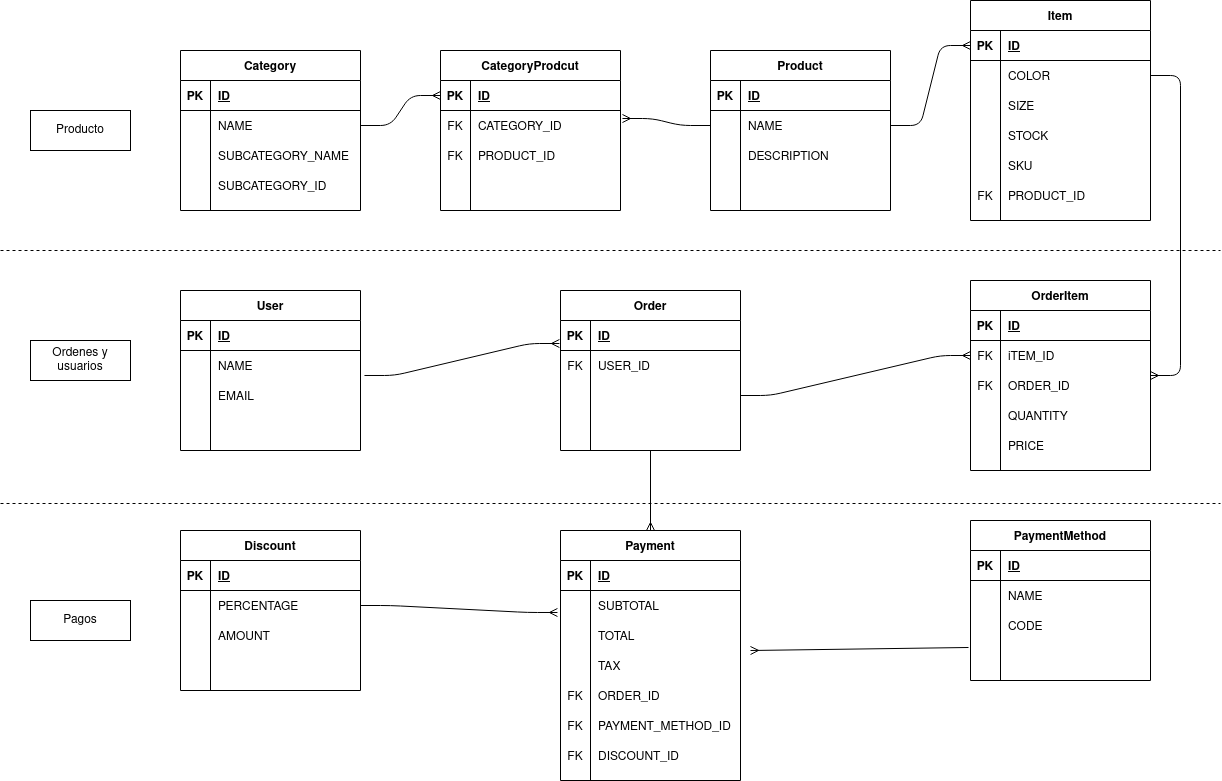
Before: ecommerce.png, a diagram exported from draw.io (gilibethvega/e-comerce). Source tidied: cells renumbered, new cells last; positions are measured from the earlier drawing's top-left corner, leaving out a move shared by most shapes.
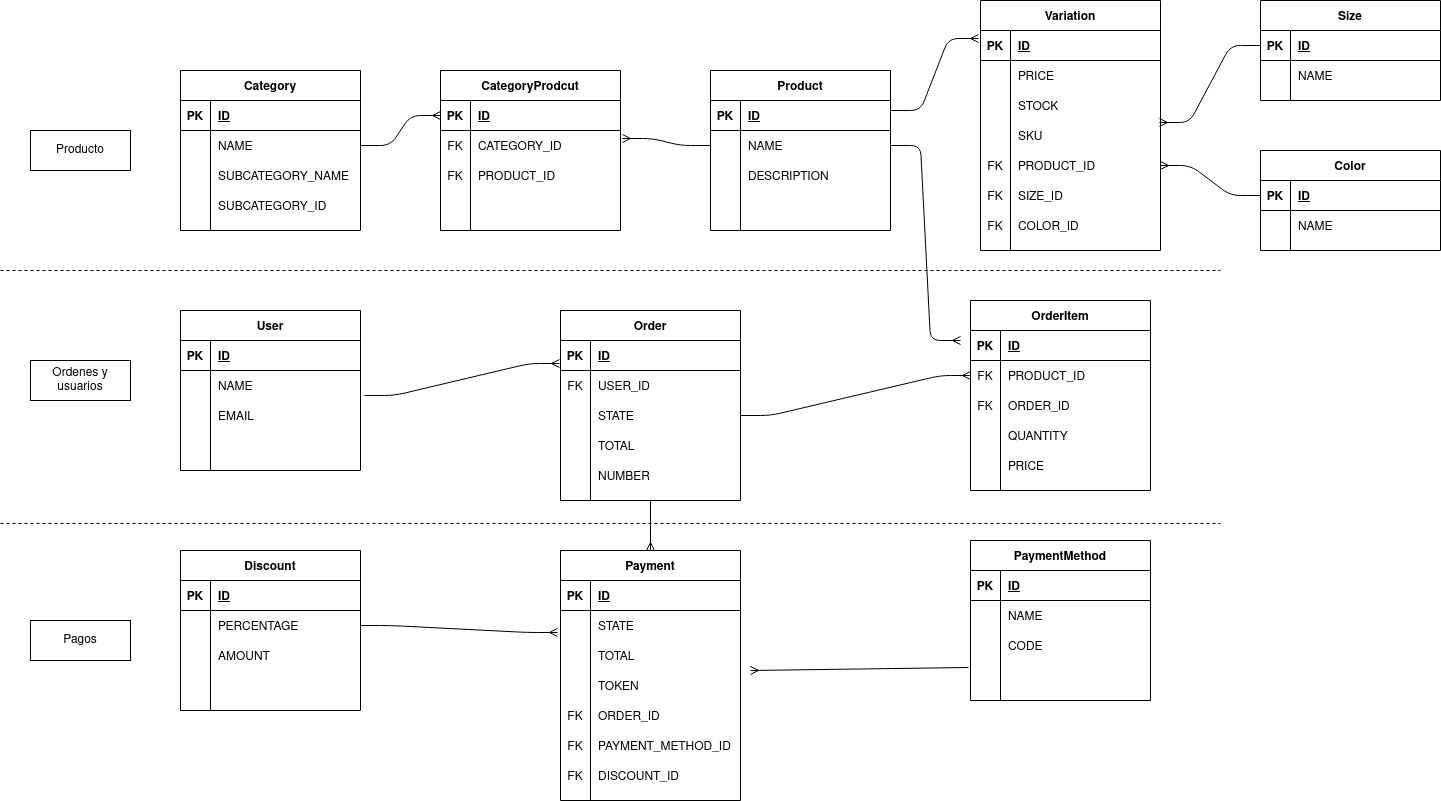
After the change.

The edit, as a diff of the source:
```diff
@@ -125,8 +125,8 @@
     <mxCell id="41" style="shape=partialRectangle;fillColor=none;top=0;left=0;bottom=0;right=0;align=left;spacingLeft=6;overflow=hidden;" parent="39" vertex="1">
       <mxGeometry x="30" width="150" height="30" as="geometry" />
     </mxCell>
-    <mxCell id="42" value="Item" style="shape=table;startSize=30;rowLines=0;fontStyle=1;align=center;" parent="1" vertex="1">
-      <mxGeometry x="970" width="180" height="220" as="geometry" />
+    <mxCell id="42" value="Variation" style="shape=table;startSize=30;rowLines=0;fontStyle=1;align=center;" parent="1" vertex="1">
+      <mxGeometry x="980" y="-20" width="180" height="250" as="geometry" />
     </mxCell>
     <mxCell id="43" style="shape=partialRectangle;fillColor=none;top=0;left=0;bottom=1;right=0;points=[[0,0.5],[1,0.5]];portConstraint=eastwest;" parent="42" vertex="1">
       <mxGeometry y="30" width="180" height="30" as="geometry" />
@@ -143,20 +143,11 @@
     <mxCell id="47" style="shape=partialRectangle;fillColor=none;top=0;left=0;bottom=0;right=0;overflow=hidden;" parent="46" vertex="1">
       <mxGeometry width="30" height="30" as="geometry" />
     </mxCell>
-    <mxCell id="48" value="COLOR" style="shape=partialRectangle;fillColor=none;top=0;left=0;bottom=0;right=0;align=left;spacingLeft=6;overflow=hidden;" parent="46" vertex="1">
+    <mxCell id="48" value="PRICE" style="shape=partialRectangle;fillColor=none;top=0;left=0;bottom=0;right=0;align=left;spacingLeft=6;overflow=hidden;" parent="46" vertex="1">
       <mxGeometry x="30" width="150" height="30" as="geometry" />
     </mxCell>
-    <mxCell id="49" style="shape=partialRectangle;fillColor=none;top=0;left=0;bottom=0;right=0;" parent="42" vertex="1">
-      <mxGeometry y="90" width="180" height="30" as="geometry" />
-    </mxCell>
-    <mxCell id="50" style="shape=partialRectangle;fillColor=none;top=0;left=0;bottom=0;right=0;overflow=hidden;" parent="49" vertex="1">
-      <mxGeometry width="30" height="30" as="geometry" />
-    </mxCell>
-    <mxCell id="51" value="SIZE" style="shape=partialRectangle;fillColor=none;top=0;left=0;bottom=0;right=0;align=left;spacingLeft=6;overflow=hidden;" parent="49" vertex="1">
-      <mxGeometry x="30" width="150" height="30" as="geometry" />
-    </mxCell>
     <mxCell id="52" style="shape=partialRectangle;fillColor=none;top=0;left=0;bottom=0;right=0;" parent="42" vertex="1">
-      <mxGeometry y="120" width="180" height="30" as="geometry" />
+      <mxGeometry y="90" width="180" height="30" as="geometry" />
     </mxCell>
     <mxCell id="53" style="shape=partialRectangle;fillColor=none;top=0;left=0;bottom=0;right=0;overflow=hidden;" parent="52" vertex="1">
       <mxGeometry width="30" height="30" as="geometry" />
@@ -165,7 +156,7 @@
       <mxGeometry x="30" width="150" height="30" as="geometry" />
     </mxCell>
     <mxCell id="55" style="shape=partialRectangle;fillColor=none;top=0;left=0;bottom=0;right=0;points=[[0,0.5],[1,0.5]];portConstraint=eastwest;" parent="42" vertex="1">
-      <mxGeometry y="150" width="180" height="30" as="geometry" />
+      <mxGeometry y="120" width="180" height="30" as="geometry" />
     </mxCell>
     <mxCell id="56" style="shape=partialRectangle;fillColor=none;top=0;left=0;bottom=0;right=0;overflow=hidden;" parent="55" vertex="1">
       <mxGeometry width="30" height="30" as="geometry" />
@@ -174,7 +165,7 @@
       <mxGeometry x="30" width="150" height="30" as="geometry" />
     </mxCell>
     <mxCell id="58" style="shape=partialRectangle;fillColor=none;top=0;left=0;bottom=0;right=0;points=[[0,0.5],[1,0.5]];portConstraint=eastwest;" parent="42" vertex="1">
-      <mxGeometry y="180" width="180" height="30" as="geometry" />
+      <mxGeometry y="150" width="180" height="30" as="geometry" />
     </mxCell>
     <mxCell id="59" value="FK" style="shape=partialRectangle;fillColor=none;top=0;left=0;bottom=0;right=0;overflow=hidden;" parent="58" vertex="1">
       <mxGeometry width="30" height="30" as="geometry" />
@@ -182,6 +173,24 @@
     <mxCell id="60" value="PRODUCT_ID" style="shape=partialRectangle;fillColor=none;top=0;left=0;bottom=0;right=0;align=left;spacingLeft=6;overflow=hidden;" parent="58" vertex="1">
       <mxGeometry x="30" width="150" height="30" as="geometry" />
     </mxCell>
+    <mxCell id="164" style="shape=partialRectangle;fillColor=none;top=0;left=0;bottom=0;right=0;" parent="42" vertex="1">
+      <mxGeometry y="180" width="180" height="30" as="geometry" />
+    </mxCell>
+    <mxCell id="165" value="FK" style="shape=partialRectangle;fillColor=none;top=0;left=0;bottom=0;right=0;overflow=hidden;" parent="164" vertex="1">
+      <mxGeometry width="30" height="30" as="geometry" />
+    </mxCell>
+    <mxCell id="166" value="SIZE_ID" style="shape=partialRectangle;fillColor=none;top=0;left=0;bottom=0;right=0;align=left;spacingLeft=6;overflow=hidden;" parent="164" vertex="1">
+      <mxGeometry x="30" width="150" height="30" as="geometry" />
+    </mxCell>
+    <mxCell id="167" style="shape=partialRectangle;fillColor=none;top=0;left=0;bottom=0;right=0;" parent="42" vertex="1">
+      <mxGeometry y="210" width="180" height="30" as="geometry" />
+    </mxCell>
+    <mxCell id="168" value="FK" style="shape=partialRectangle;fillColor=none;top=0;left=0;bottom=0;right=0;overflow=hidden;" parent="167" vertex="1">
+      <mxGeometry width="30" height="30" as="geometry" />
+    </mxCell>
+    <mxCell id="169" value="COLOR_ID" style="shape=partialRectangle;fillColor=none;top=0;left=0;bottom=0;right=0;align=left;spacingLeft=6;overflow=hidden;" parent="167" vertex="1">
+      <mxGeometry x="30" width="150" height="30" as="geometry" />
+    </mxCell>
     <mxCell id="61" value="OrderItem" style="shape=table;startSize=30;rowLines=0;fontStyle=1;align=center;" parent="1" vertex="1">
       <mxGeometry x="970" y="280" width="180" height="190" as="geometry" />
     </mxCell>
@@ -200,7 +209,7 @@
     <mxCell id="66" value="FK" style="shape=partialRectangle;fillColor=none;top=0;left=0;bottom=0;right=0;overflow=hidden;" parent="65" vertex="1">
       <mxGeometry width="30" height="30" as="geometry" />
     </mxCell>
-    <mxCell id="67" value="iTEM_ID" style="shape=partialRectangle;fillColor=none;top=0;left=0;bottom=0;right=0;align=left;spacingLeft=6;overflow=hidden;" parent="65" vertex="1">
+    <mxCell id="67" value="PRODUCT_ID" style="shape=partialRectangle;fillColor=none;top=0;left=0;bottom=0;right=0;align=left;spacingLeft=6;overflow=hidden;" parent="65" vertex="1">
       <mxGeometry x="30" width="150" height="30" as="geometry" />
     </mxCell>
     <mxCell id="68" style="shape=partialRectangle;fillColor=none;top=0;left=0;bottom=0;right=0;" parent="61" vertex="1">
@@ -231,7 +240,7 @@
       <mxGeometry x="30" width="150" height="30" as="geometry" />
     </mxCell>
     <mxCell id="77" value="Order" style="shape=table;startSize=30;rowLines=0;fontStyle=1;align=center;" parent="1" vertex="1">
-      <mxGeometry x="560" y="290" width="180" height="160" as="geometry" />
+      <mxGeometry x="560" y="290" width="180" height="190" as="geometry" />
     </mxCell>
     <mxCell id="78" style="shape=partialRectangle;fillColor=none;top=0;left=0;bottom=1;right=0;points=[[0,0.5],[1,0.5]];portConstraint=eastwest;" parent="77" vertex="1">
       <mxGeometry y="30" width="180" height="30" as="geometry" />
@@ -257,7 +266,7 @@
     <mxCell id="85" style="shape=partialRectangle;fillColor=none;top=0;left=0;bottom=0;right=0;overflow=hidden;" parent="84" vertex="1">
       <mxGeometry width="30" height="30" as="geometry" />
     </mxCell>
-    <mxCell id="86" style="shape=partialRectangle;fillColor=none;top=0;left=0;bottom=0;right=0;align=left;spacingLeft=6;overflow=hidden;" parent="84" vertex="1">
+    <mxCell id="86" value="STATE" style="shape=partialRectangle;fillColor=none;top=0;left=0;bottom=0;right=0;align=left;spacingLeft=6;overflow=hidden;" parent="84" vertex="1">
       <mxGeometry x="30" width="150" height="30" as="geometry" />
     </mxCell>
     <mxCell id="87" style="shape=partialRectangle;fillColor=none;top=0;left=0;bottom=0;right=0;" parent="77" vertex="1">
@@ -266,9 +275,18 @@
     <mxCell id="88" style="shape=partialRectangle;fillColor=none;top=0;left=0;bottom=0;right=0;overflow=hidden;" parent="87" vertex="1">
       <mxGeometry width="30" height="30" as="geometry" />
     </mxCell>
-    <mxCell id="89" style="shape=partialRectangle;fillColor=none;top=0;left=0;bottom=0;right=0;align=left;spacingLeft=6;overflow=hidden;" parent="87" vertex="1">
+    <mxCell id="89" value="TOTAL" style="shape=partialRectangle;fillColor=none;top=0;left=0;bottom=0;right=0;align=left;spacingLeft=6;overflow=hidden;" parent="87" vertex="1">
       <mxGeometry x="30" width="150" height="30" as="geometry" />
     </mxCell>
+    <mxCell id="170" style="shape=partialRectangle;fillColor=none;top=0;left=0;bottom=0;right=0;" parent="77" vertex="1">
+      <mxGeometry y="150" width="180" height="30" as="geometry" />
+    </mxCell>
+    <mxCell id="171" style="shape=partialRectangle;fillColor=none;top=0;left=0;bottom=0;right=0;overflow=hidden;" parent="170" vertex="1">
+      <mxGeometry width="30" height="30" as="geometry" />
+    </mxCell>
+    <mxCell id="172" value="NUMBER" style="shape=partialRectangle;fillColor=none;top=0;left=0;bottom=0;right=0;align=left;spacingLeft=6;overflow=hidden;" parent="170" vertex="1">
+      <mxGeometry x="30" width="150" height="30" as="geometry" />
+    </mxCell>
     <mxCell id="90" value="User" style="shape=table;startSize=30;rowLines=0;fontStyle=1;align=center;" parent="1" vertex="1">
       <mxGeometry x="180" y="290" width="180" height="160" as="geometry" />
     </mxCell>
@@ -326,7 +344,7 @@
     <mxCell id="108" style="shape=partialRectangle;fillColor=none;top=0;left=0;bottom=0;right=0;overflow=hidden;" parent="107" vertex="1">
       <mxGeometry width="30" height="30" as="geometry" />
     </mxCell>
-    <mxCell id="109" value="SUBTOTAL" style="shape=partialRectangle;fillColor=none;top=0;left=0;bottom=0;right=0;align=left;spacingLeft=6;overflow=hidden;" parent="107" vertex="1">
+    <mxCell id="109" value="STATE" style="shape=partialRectangle;fillColor=none;top=0;left=0;bottom=0;right=0;align=left;spacingLeft=6;overflow=hidden;" parent="107" vertex="1">
       <mxGeometry x="30" width="150" height="30" as="geometry" />
     </mxCell>
     <mxCell id="110" style="shape=partialRectangle;fillColor=none;top=0;left=0;bottom=0;right=0;" parent="103" vertex="1">
@@ -344,7 +362,7 @@
     <mxCell id="114" style="shape=partialRectangle;fillColor=none;top=0;left=0;bottom=0;right=0;overflow=hidden;" parent="113" vertex="1">
       <mxGeometry width="30" height="30" as="geometry" />
     </mxCell>
-    <mxCell id="115" value="TAX" style="shape=partialRectangle;fillColor=none;top=0;left=0;bottom=0;right=0;align=left;spacingLeft=6;overflow=hidden;" parent="113" vertex="1">
+    <mxCell id="115" value="TOKEN" style="shape=partialRectangle;fillColor=none;top=0;left=0;bottom=0;right=0;align=left;spacingLeft=6;overflow=hidden;" parent="113" vertex="1">
       <mxGeometry x="30" width="150" height="30" as="geometry" />
     </mxCell>
     <mxCell id="116" style="shape=partialRectangle;fillColor=none;top=0;left=0;bottom=0;right=0;" parent="103" vertex="1">
@@ -458,12 +476,11 @@
     <mxCell id="152" style="shape=partialRectangle;fillColor=none;top=0;left=0;bottom=0;right=0;align=left;spacingLeft=6;overflow=hidden;" parent="150" vertex="1">
       <mxGeometry x="30" width="150" height="30" as="geometry" />
     </mxCell>
-    <mxCell id="153" style="edgeStyle=entityRelationEdgeStyle;fontSize=12;html=1;endArrow=ERmany;exitX=1;exitY=0.5;exitDx=0;exitDy=0;entryX=0;entryY=0.5;entryDx=0;entryDy=0;" parent="1" edge="1" source="20" target="43">
-      <mxGeometry relative="1" as="geometry" />
+    <mxCell id="153" style="edgeStyle=entityRelationEdgeStyle;fontSize=12;html=1;endArrow=ERmany;exitX=1;exitY=0.5;exitDx=0;exitDy=0;" parent="1" edge="1" source="20">
+      <mxGeometry relative="1" as="geometry">
+        <mxPoint x="960" y="320" as="targetPoint" />
+      </mxGeometry>
     </mxCell>
-    <mxCell id="154" style="edgeStyle=entityRelationEdgeStyle;fontSize=12;html=1;endArrow=ERmany;exitX=1;exitY=0.5;exitDx=0;exitDy=0;entryX=1;entryY=0.5;entryDx=0;entryDy=0;" parent="1" edge="1" source="46" target="61">
-      <mxGeometry relative="1" as="geometry" />
-    </mxCell>
     <mxCell id="155" style="edgeStyle=entityRelationEdgeStyle;fontSize=12;html=1;endArrow=ERmany;" parent="1" edge="1" source="84" target="65">
       <mxGeometry relative="1" as="geometry" />
     </mxCell>
@@ -496,5 +513,56 @@
     <mxCell id="163" value="Pagos" style="whiteSpace=wrap;html=1;align=center;" parent="1" vertex="1">
       <mxGeometry x="30" y="600" width="100" height="40" as="geometry" />
     </mxCell>
+    <mxCell id="173" value="Size" style="shape=table;startSize=30;rowLines=0;fontStyle=1;align=center;" parent="1" vertex="1">
+      <mxGeometry x="1260" y="-20" width="180" height="100" as="geometry" />
+    </mxCell>
+    <mxCell id="174" style="shape=partialRectangle;fillColor=none;top=0;left=0;bottom=1;right=0;points=[[0,0.5],[1,0.5]];portConstraint=eastwest;" parent="173" vertex="1">
+      <mxGeometry y="30" width="180" height="30" as="geometry" />
+    </mxCell>
+    <mxCell id="175" value="PK" style="shape=partialRectangle;fillColor=none;top=0;left=0;bottom=0;right=0;fontStyle=1;overflow=hidden;" parent="174" vertex="1">
+      <mxGeometry width="30" height="30" as="geometry" />
+    </mxCell>
+    <mxCell id="176" value="ID" style="shape=partialRectangle;fillColor=none;top=0;left=0;bottom=0;right=0;align=left;spacingLeft=6;fontStyle=5;overflow=hidden;" parent="174" vertex="1">
+      <mxGeometry x="30" width="150" height="30" as="geometry" />
+    </mxCell>
+    <mxCell id="177" style="shape=partialRectangle;fillColor=none;top=0;left=0;bottom=0;right=0;" parent="173" vertex="1">
+      <mxGeometry y="60" width="180" height="30" as="geometry" />
+    </mxCell>
+    <mxCell id="178" style="shape=partialRectangle;fillColor=none;top=0;left=0;bottom=0;right=0;overflow=hidden;" parent="177" vertex="1">
+      <mxGeometry width="30" height="30" as="geometry" />
+    </mxCell>
+    <mxCell id="179" value="NAME" style="shape=partialRectangle;fillColor=none;top=0;left=0;bottom=0;right=0;align=left;spacingLeft=6;overflow=hidden;" parent="177" vertex="1">
+      <mxGeometry x="30" width="150" height="30" as="geometry" />
+    </mxCell>
+    <mxCell id="180" value="Color" style="shape=table;startSize=30;rowLines=0;fontStyle=1;align=center;" parent="1" vertex="1">
+      <mxGeometry x="1260" y="130" width="180" height="100" as="geometry" />
+    </mxCell>
+    <mxCell id="181" style="shape=partialRectangle;fillColor=none;top=0;left=0;bottom=1;right=0;points=[[0,0.5],[1,0.5]];portConstraint=eastwest;" parent="180" vertex="1">
+      <mxGeometry y="30" width="180" height="30" as="geometry" />
+    </mxCell>
+    <mxCell id="182" value="PK" style="shape=partialRectangle;fillColor=none;top=0;left=0;bottom=0;right=0;fontStyle=1;overflow=hidden;" parent="181" vertex="1">
+      <mxGeometry width="30" height="30" as="geometry" />
+    </mxCell>
+    <mxCell id="183" value="ID" style="shape=partialRectangle;fillColor=none;top=0;left=0;bottom=0;right=0;align=left;spacingLeft=6;fontStyle=5;overflow=hidden;" parent="181" vertex="1">
+      <mxGeometry x="30" width="150" height="30" as="geometry" />
+    </mxCell>
+    <mxCell id="184" style="shape=partialRectangle;fillColor=none;top=0;left=0;bottom=0;right=0;" parent="180" vertex="1">
+      <mxGeometry y="60" width="180" height="30" as="geometry" />
+    </mxCell>
+    <mxCell id="185" style="shape=partialRectangle;fillColor=none;top=0;left=0;bottom=0;right=0;overflow=hidden;" parent="184" vertex="1">
+      <mxGeometry width="30" height="30" as="geometry" />
+    </mxCell>
+    <mxCell id="186" value="NAME" style="shape=partialRectangle;fillColor=none;top=0;left=0;bottom=0;right=0;align=left;spacingLeft=6;overflow=hidden;" parent="184" vertex="1">
+      <mxGeometry x="30" width="150" height="30" as="geometry" />
+    </mxCell>
+    <mxCell id="187" style="edgeStyle=entityRelationEdgeStyle;fontSize=12;html=1;endArrow=ERmany;exitX=0;exitY=0.5;exitDx=0;exitDy=0;entryX=0.994;entryY=0.067;entryDx=0;entryDy=0;entryPerimeter=0;" parent="1" edge="1" source="174" target="55">
+      <mxGeometry relative="1" as="geometry" />
+    </mxCell>
+    <mxCell id="188" style="edgeStyle=entityRelationEdgeStyle;fontSize=12;html=1;endArrow=ERmany;entryX=1;entryY=0.5;entryDx=0;entryDy=0;exitX=0;exitY=0.5;exitDx=0;exitDy=0;" parent="1" edge="1" source="181" target="58">
+      <mxGeometry relative="1" as="geometry" />
+    </mxCell>
+    <mxCell id="189" style="edgeStyle=entityRelationEdgeStyle;fontSize=12;html=1;endArrow=ERmany;exitX=1;exitY=0.25;exitDx=0;exitDy=0;entryX=-0.011;entryY=0.267;entryDx=0;entryDy=0;entryPerimeter=0;" parent="1" edge="1" source="16" target="43">
+      <mxGeometry relative="1" as="geometry" />
+    </mxCell>
   </root>
 </mxGraphModel>
```
